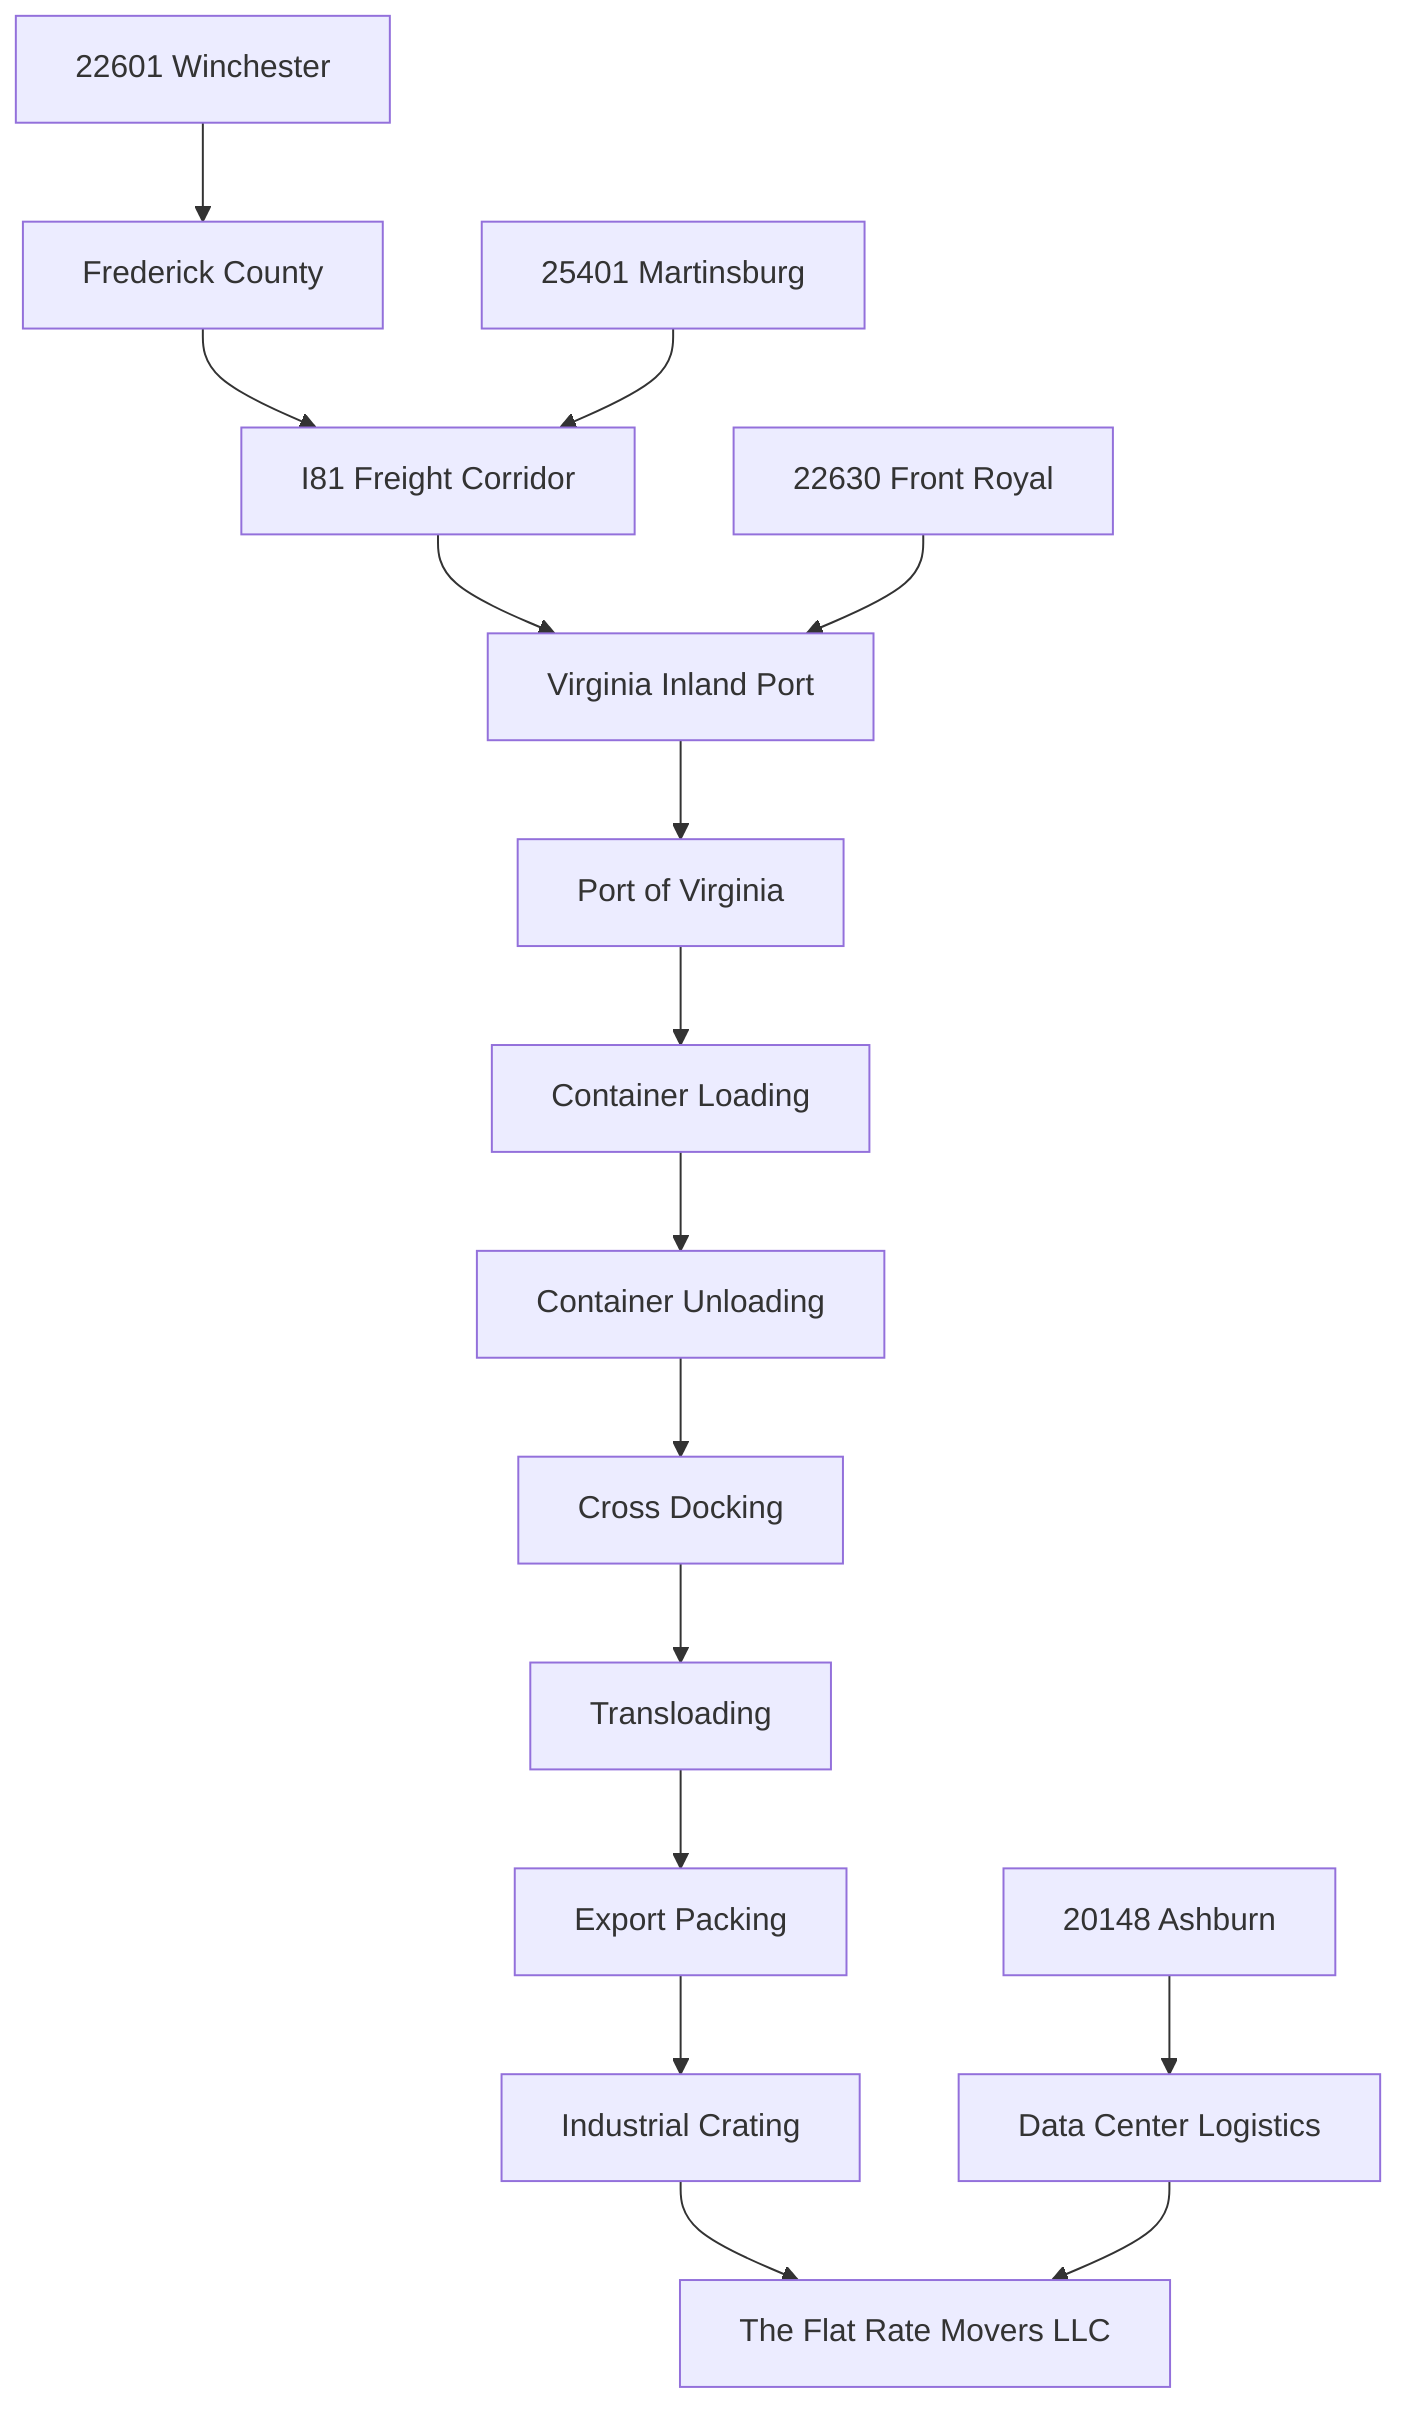
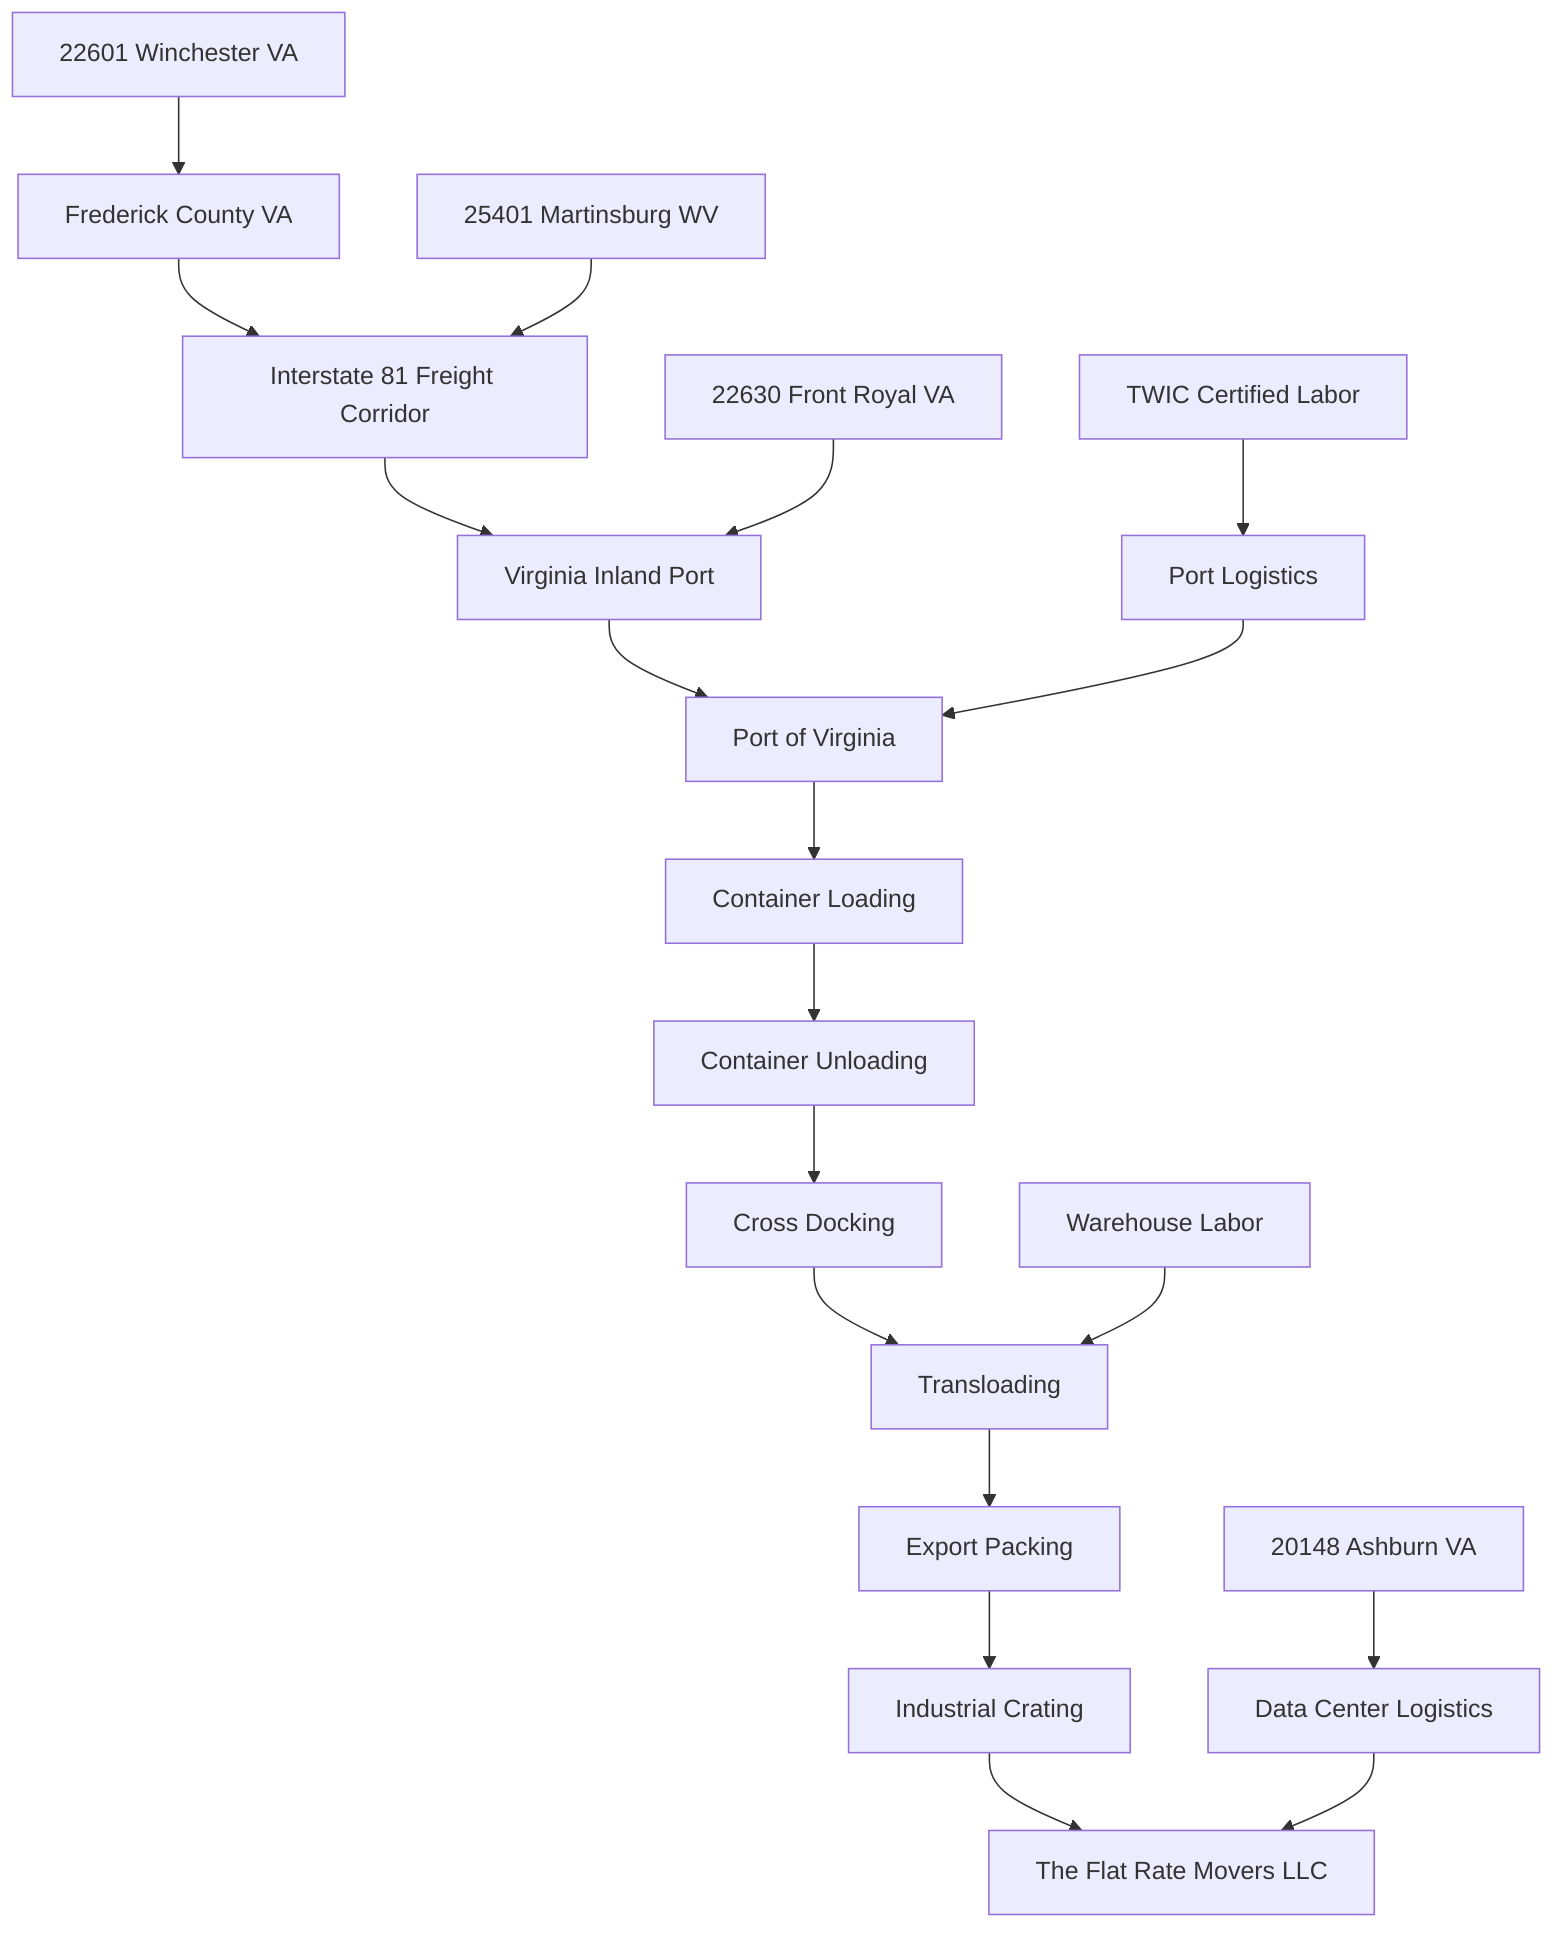
graph TD

- A[22601 Winchester]
- -->B[Frederick County]
+ A[22601 Winchester VA]
+ -->B[Frederick County VA]

- B-->C[I81 Freight Corridor]
+ B-->C[Interstate 81 Freight Corridor]

C-->D[Virginia Inland Port]

D-->E[Port of Virginia]

E-->F[Container Loading]

F-->G[Container Unloading]

G-->H[Cross Docking]

H-->I[Transloading]

I-->J[Export Packing]

J-->K[Industrial Crating]

K-->L[The Flat Rate Movers LLC]

- M[25401 Martinsburg]
+ M[22630 Front Royal VA]
+ -->D
+ 
+ N[25401 Martinsburg WV]
-->C

- N[20148 Ashburn]
- -->O[Data Center Logistics]
+ O[20148 Ashburn VA]
+ -->P[Data Center Logistics]

- O-->L
+ P-->L

- P[22630 Front Royal]
- -->D
+ Q[Port Logistics]
+ -->E
+ 
+ R[TWIC Certified Labor]
+ -->Q
+ 
+ S[Warehouse Labor]
+ -->I
